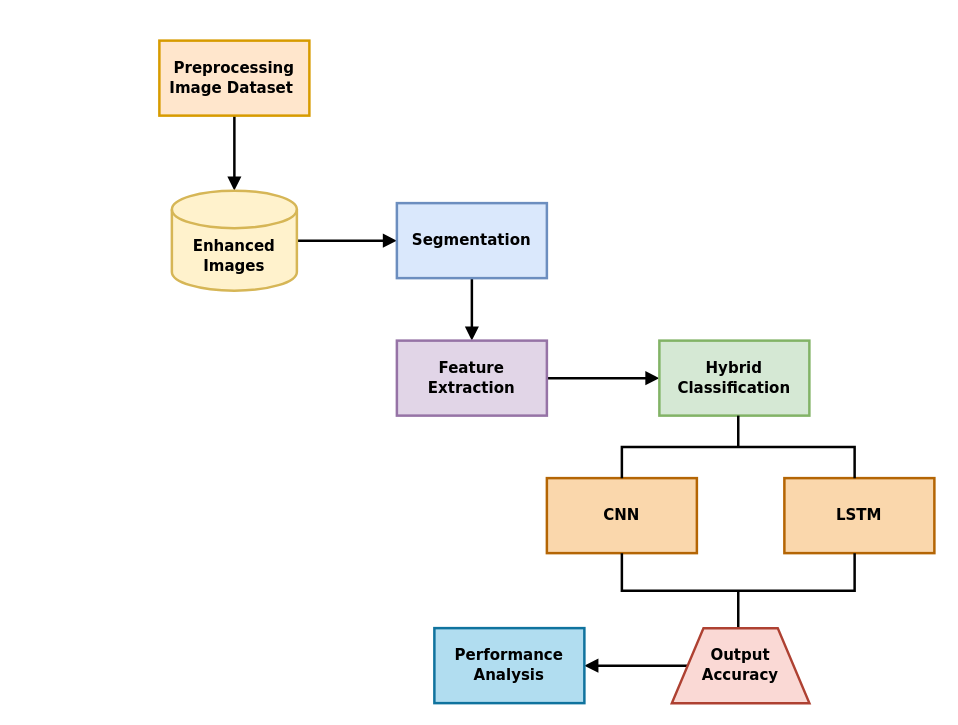
ChanumoluGayathri/System_Design keeps this draw.io diagram as Bhargavi_flow.drawio. Above is the earlier version. Source tidied: cells renumbered, new cells numbered last; positions are measured from the earlier drawing's top-left corner, leaving out a move shared by most shapes. Both pictures are drawn from the tidied source at 125%, with x=0, y=0 at pixel (159, 40). Pictures stored in the file or linked from it are replaced by grey dashed boxes.
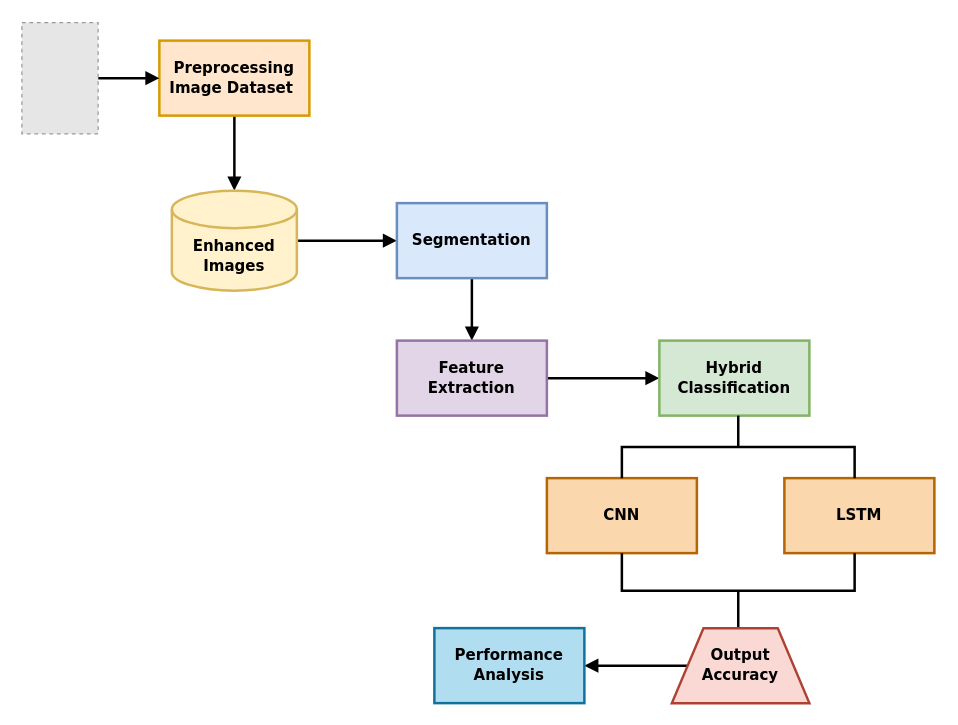
The same page after the edit.

What changed in the source:
```diff
@@
 <mxGraphModel>
   <root>
     <mxCell id="0" />
     <mxCell id="1" parent="0" />
     <mxCell id="2" style="edgeStyle=orthogonalEdgeStyle;rounded=0;hachureGap=4;jettySize=auto;html=1;fontFamily=Architects Daughter;endArrow=block;endFill=1;strokeWidth=2;" parent="1" edge="1" source="3" target="5">
       <mxGeometry relative="1" as="geometry" />
     </mxCell>
     <mxCell id="3" value="&lt;b style=&quot;&quot;&gt;&lt;font face=&quot;Verdana&quot; style=&quot;font-size: 12px;&quot;&gt;Preprocessing Image Dataset&amp;nbsp;&lt;/font&gt;&lt;/b&gt;" style="rounded=0;whiteSpace=wrap;html=1;hachureGap=4;fontFamily=Architects Daughter;fillColor=#ffe6cc;strokeColor=#d79b00;strokeWidth=2;" parent="1" vertex="1">
       <mxGeometry width="120" height="60" as="geometry" />
     </mxCell>
     <mxCell id="4" style="edgeStyle=orthogonalEdgeStyle;rounded=0;hachureGap=4;jettySize=auto;html=1;fontFamily=Architects Daughter;strokeWidth=2;endArrow=block;endFill=1;" parent="1" edge="1" source="5" target="7">
       <mxGeometry relative="1" as="geometry" />
     </mxCell>
     <mxCell id="5" value="&lt;font size=&quot;1&quot; face=&quot;Verdana&quot;&gt;&lt;b style=&quot;font-size: 12px;&quot;&gt;Enhanced Images&lt;/b&gt;&lt;/font&gt;" style="shape=cylinder3;whiteSpace=wrap;html=1;boundedLbl=1;backgroundOutline=1;size=15;hachureGap=4;fontFamily=Architects Daughter;fillColor=#fff2cc;strokeColor=#d6b656;strokeWidth=2;" parent="1" vertex="1">
       <mxGeometry x="10" y="120" width="100" height="80" as="geometry" />
     </mxCell>
     <mxCell id="6" style="edgeStyle=orthogonalEdgeStyle;rounded=0;hachureGap=4;jettySize=auto;html=1;fontFamily=Architects Daughter;strokeWidth=2;endArrow=block;endFill=1;" parent="1" edge="1" source="7" target="9">
       <mxGeometry relative="1" as="geometry" />
     </mxCell>
     <mxCell id="7" value="&lt;font face=&quot;Verdana&quot;&gt;&lt;b&gt;Segmentation&lt;/b&gt;&lt;/font&gt;" style="rounded=0;whiteSpace=wrap;html=1;hachureGap=4;fontFamily=Architects Daughter;fillColor=#dae8fc;strokeColor=#6c8ebf;strokeWidth=2;" parent="1" vertex="1">
       <mxGeometry x="190" y="130" width="120" height="60" as="geometry" />
     </mxCell>
     <mxCell id="8" style="edgeStyle=orthogonalEdgeStyle;rounded=0;hachureGap=4;jettySize=auto;html=1;fontFamily=Architects Daughter;strokeWidth=2;endArrow=block;endFill=1;" parent="1" edge="1" source="9" target="10">
       <mxGeometry relative="1" as="geometry" />
     </mxCell>
     <mxCell id="9" value="&lt;font face=&quot;Verdana&quot;&gt;&lt;b&gt;Feature Extraction&lt;/b&gt;&lt;/font&gt;" style="rounded=0;whiteSpace=wrap;html=1;hachureGap=4;fontFamily=Architects Daughter;fillColor=#e1d5e7;strokeColor=#9673a6;strokeWidth=2;" parent="1" vertex="1">
       <mxGeometry x="190" y="240" width="120" height="60" as="geometry" />
     </mxCell>
     <mxCell id="10" value="&lt;font face=&quot;Verdana&quot;&gt;&lt;b&gt;Hybrid Classification&lt;/b&gt;&lt;/font&gt;" style="rounded=0;whiteSpace=wrap;html=1;hachureGap=4;fontFamily=Architects Daughter;fillColor=#d5e8d4;strokeColor=#82b366;strokeWidth=2;" parent="1" vertex="1">
       <mxGeometry x="400" y="240" width="120" height="60" as="geometry" />
     </mxCell>
     <mxCell id="11" value="&lt;b&gt;&lt;font face=&quot;Verdana&quot;&gt;CNN&lt;/font&gt;&lt;/b&gt;" style="rounded=0;whiteSpace=wrap;html=1;hachureGap=4;fontFamily=Architects Daughter;strokeWidth=2;fillColor=#fad7ac;strokeColor=#b46504;" parent="1" vertex="1">
       <mxGeometry x="310" y="350" width="120" height="60" as="geometry" />
     </mxCell>
     <mxCell id="12" value="&lt;font face=&quot;Verdana&quot;&gt;&lt;b&gt;LSTM&lt;/b&gt;&lt;/font&gt;" style="rounded=0;whiteSpace=wrap;html=1;hachureGap=4;fontFamily=Architects Daughter;strokeWidth=2;fillColor=#fad7ac;strokeColor=#b46504;" parent="1" vertex="1">
       <mxGeometry x="500" y="350" width="120" height="60" as="geometry" />
     </mxCell>
     <mxCell id="13" style="strokeWidth=2;html=1;shape=mxgraph.flowchart.annotation_2;align=left;labelPosition=right;hachureGap=4;fontFamily=Architects Daughter;direction=south;" parent="1" vertex="1">
       <mxGeometry x="370" y="300" width="186.2" height="50" as="geometry" />
     </mxCell>
     <mxCell id="14" style="strokeWidth=2;html=1;shape=mxgraph.flowchart.annotation_2;align=left;labelPosition=right;hachureGap=4;fontFamily=Architects Daughter;direction=north;" parent="1" vertex="1">
       <mxGeometry x="370" y="410" width="186.2" height="60" as="geometry" />
     </mxCell>
     <mxCell id="15" style="edgeStyle=orthogonalEdgeStyle;rounded=0;hachureGap=4;jettySize=auto;html=1;fontFamily=Architects Daughter;strokeWidth=2;endArrow=block;endFill=1;" parent="1" edge="1" source="16" target="17">
       <mxGeometry relative="1" as="geometry" />
     </mxCell>
     <mxCell id="16" value="&lt;font face=&quot;Verdana&quot;&gt;&lt;b&gt;Output Accuracy&lt;/b&gt;&lt;/font&gt;" style="verticalLabelPosition=middle;verticalAlign=middle;html=1;shape=trapezoid;perimeter=trapezoidPerimeter;whiteSpace=wrap;size=0.23;arcSize=10;flipV=1;labelPosition=center;align=center;hachureGap=4;fontFamily=Architects Daughter;direction=west;strokeWidth=2;fillColor=#fad9d5;strokeColor=#ae4132;" parent="1" vertex="1">
       <mxGeometry x="410" y="470" width="110" height="60" as="geometry" />
     </mxCell>
     <mxCell id="17" value="&lt;b&gt;&lt;font face=&quot;Verdana&quot;&gt;Performance Analysis&lt;/font&gt;&lt;/b&gt;" style="rounded=0;whiteSpace=wrap;html=1;hachureGap=4;fontFamily=Architects Daughter;fillColor=#b1ddf0;strokeColor=#10739e;strokeWidth=2;" parent="1" vertex="1">
       <mxGeometry x="220" y="470" width="120" height="60" as="geometry" />
     </mxCell>
+    <mxCell id="18" style="edgeStyle=orthogonalEdgeStyle;rounded=0;hachureGap=4;jettySize=auto;html=1;fontFamily=Architects Daughter;strokeWidth=2;endArrow=block;endFill=1;" parent="1" edge="1" source="19" target="3">
+      <mxGeometry relative="1" as="geometry" />
+    </mxCell>
+    <mxCell id="19" style="fillColor=#E6E6E6;strokeColor=#999999;dashed=1;verticalLabelPosition=bottom;labelBackgroundColor=default;verticalAlign=top;" parent="1" vertex="1">
+      <mxGeometry x="-110" y="-14.5" width="61" height="89" as="geometry" />
+    </mxCell>
   </root>
 </mxGraphModel>
```
